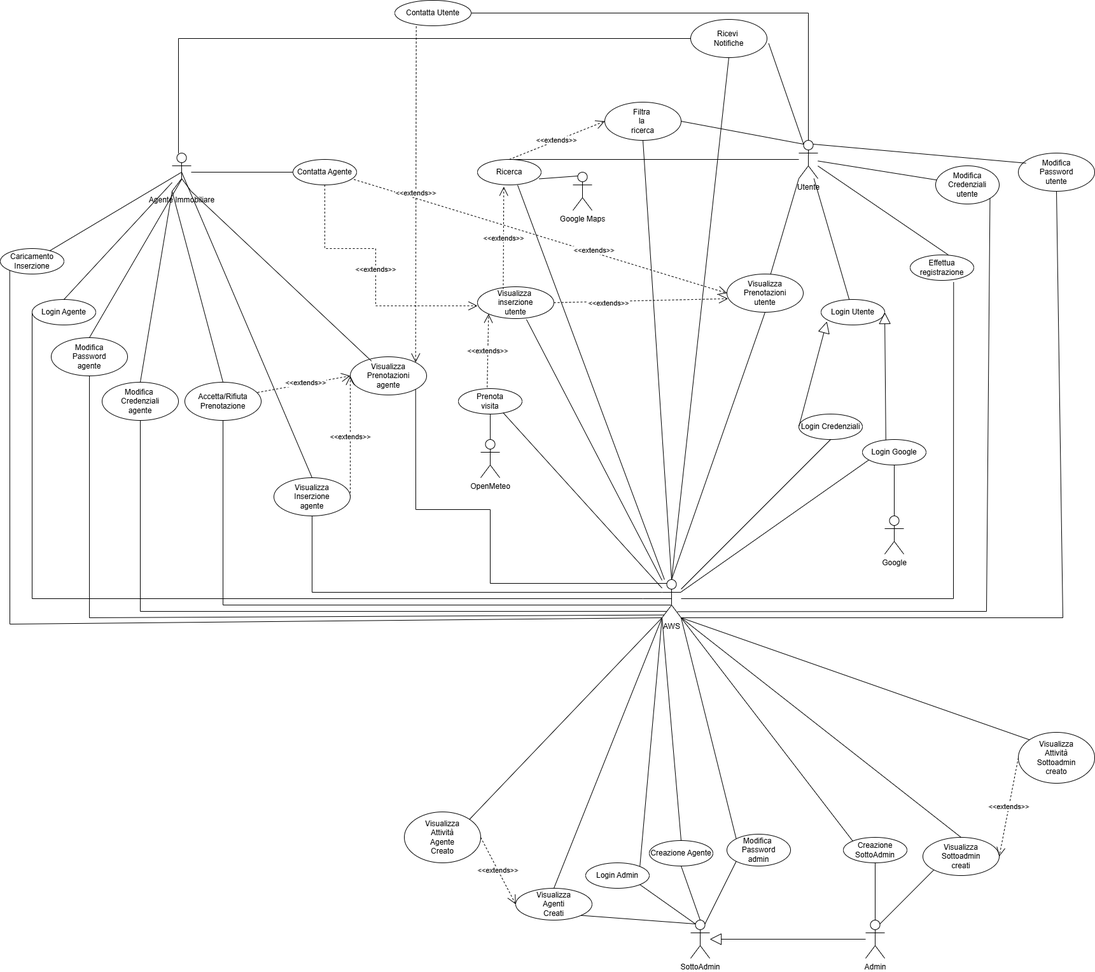
Earlier version of the draw.io export template use case.drawio.png (gian-o-land/Lavoro-progetto-Ingsw). Source tidied: cells renumbered, new cells last; positions are measured from the earlier drawing's top-left corner, leaving out a move shared by most shapes.
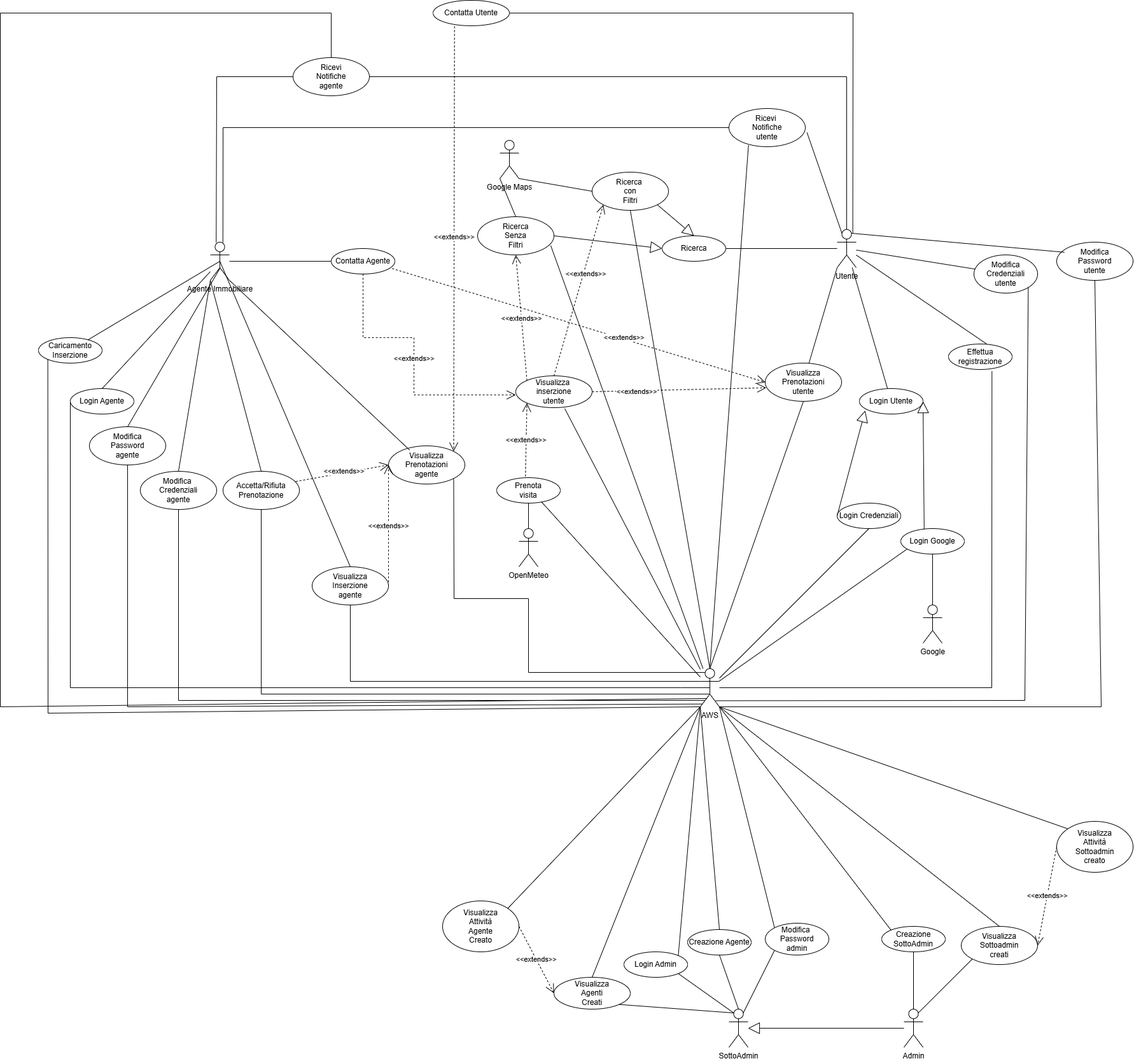
After the change.

Change to the diagram source:
```diff
@@ -45,7 +45,7 @@
       <mxGeometry x="1430" y="400" width="100" height="40" as="geometry" />
     </mxCell>
     <mxCell id="16" value="Ricerca" style="ellipse;whiteSpace=wrap;html=1;align=center;" parent="1" vertex="1">
-      <mxGeometry x="750" y="250" width="100" height="40" as="geometry" />
+      <mxGeometry x="980" y="230" width="100" height="40" as="geometry" />
     </mxCell>
     <mxCell id="17" value="Prenota&lt;div&gt;visita&lt;/div&gt;" style="ellipse;whiteSpace=wrap;html=1;align=center;" parent="1" vertex="1">
       <mxGeometry x="720" y="610" width="100" height="40" as="geometry" />
@@ -86,7 +86,7 @@
     <mxCell id="29" style="endArrow=none;html=1;rounded=0;exitX=0.5;exitY=1;exitDx=0;exitDy=0;" parent="1" edge="1" source="23" target="26">
       <mxGeometry relative="1" as="geometry" />
     </mxCell>
-    <mxCell id="30" style="endArrow=none;html=1;rounded=0;entryX=0.5;entryY=0;entryDx=0;entryDy=0;" parent="1" edge="1" source="3" target="16">
+    <mxCell id="30" style="endArrow=none;html=1;rounded=0;entryX=1;entryY=0.5;entryDx=0;entryDy=0;" parent="1" edge="1" source="3" target="16">
       <mxGeometry relative="1" as="geometry" />
     </mxCell>
     <mxCell id="31" value="Modifica Credenziali&lt;div&gt;utente&lt;/div&gt;" style="ellipse;whiteSpace=wrap;html=1;align=center;" parent="1" vertex="1">
@@ -123,15 +123,12 @@
       <mxGeometry relative="1" as="geometry" />
     </mxCell>
     <mxCell id="42" value="Google Maps" style="shape=umlActor;verticalLabelPosition=bottom;verticalAlign=top;html=1;outlineConnect=0;" parent="1" vertex="1">
-      <mxGeometry x="900" y="270" width="30" height="60" as="geometry" />
+      <mxGeometry x="725" y="80" width="30" height="60" as="geometry" />
     </mxCell>
-    <mxCell id="43" style="endArrow=none;html=1;rounded=0;entryX=0.25;entryY=0.1;entryDx=0;entryDy=0;entryPerimeter=0;exitX=0.968;exitY=0.762;exitDx=0;exitDy=0;exitPerimeter=0;" parent="1" edge="1" source="16" target="42">
-      <mxGeometry relative="1" as="geometry" />
-    </mxCell>
     <mxCell id="44" value="Visualizza&amp;nbsp;&lt;div&gt;inserzione&lt;/div&gt;&lt;div&gt;utente&lt;/div&gt;" style="ellipse;whiteSpace=wrap;html=1;" parent="1" vertex="1">
       <mxGeometry x="750" y="450" width="120" height="50" as="geometry" />
     </mxCell>
-    <mxCell id="45" value="&amp;lt;&amp;lt;extends&amp;gt;&amp;gt;" style="endArrow=open;endSize=12;dashed=1;html=1;rounded=0;exitX=0.337;exitY=0.071;exitDx=0;exitDy=0;exitPerimeter=0;entryX=0.413;entryY=1.071;entryDx=0;entryDy=0;entryPerimeter=0;" parent="1" edge="1" source="44" target="16">
+    <mxCell id="45" value="&amp;lt;&amp;lt;extends&amp;gt;&amp;gt;" style="endArrow=open;endSize=12;dashed=1;html=1;rounded=0;exitX=0;exitY=0;exitDx=0;exitDy=0;entryX=0.5;entryY=1;entryDx=0;entryDy=0;" parent="1" edge="1" source="44" target="106">
       <mxGeometry x="-0.01" relative="1" as="geometry" />
     </mxCell>
     <mxCell id="46" style="endArrow=none;html=1;rounded=0;entryX=0.704;entryY=0.951;entryDx=0;entryDy=0;entryPerimeter=0;" parent="1" edge="1" source="26" target="17">
@@ -140,7 +137,7 @@
     <mxCell id="47" style="endArrow=none;html=1;rounded=0;entryX=0.641;entryY=1.027;entryDx=0;entryDy=0;entryPerimeter=0;" parent="1" edge="1" source="26" target="44">
       <mxGeometry relative="1" as="geometry" />
     </mxCell>
-    <mxCell id="48" style="endArrow=none;html=1;rounded=0;entryX=0.63;entryY=1.005;entryDx=0;entryDy=0;entryPerimeter=0;" parent="1" edge="1" source="26" target="16">
+    <mxCell id="48" style="endArrow=none;html=1;rounded=0;entryX=0.958;entryY=0.755;entryDx=0;entryDy=0;entryPerimeter=0;" parent="1" edge="1" source="26" target="106">
       <mxGeometry relative="1" as="geometry" />
     </mxCell>
     <mxCell id="49" value="&amp;lt;&amp;lt;extends&amp;gt;&amp;gt;" style="endArrow=open;endSize=12;dashed=1;html=1;rounded=0;exitX=0.5;exitY=1;exitDx=0;exitDy=0;" parent="1" edge="1" source="14">
@@ -191,24 +188,24 @@
       <mxGeometry relative="1" as="geometry" />
     </mxCell>
     <mxCell id="58" value="&amp;lt;&amp;lt;extends&amp;gt;&amp;gt;" style="endArrow=open;endSize=12;dashed=1;html=1;rounded=0;exitX=1;exitY=0.5;exitDx=0;exitDy=0;entryX=0.014;entryY=0.646;entryDx=0;entryDy=0;entryPerimeter=0;" parent="1" edge="1" source="44" target="55">
-      <mxGeometry x="-0.37" y="-3" relative="1" as="geometry" />
+      <mxGeometry x="-0.49" y="-2" relative="1" as="geometry" />
     </mxCell>
     <mxCell id="59" value="&amp;lt;&amp;lt;extends&amp;gt;&amp;gt;" style="endArrow=open;endSize=12;dashed=1;html=1;rounded=0;exitX=0.958;exitY=0.786;exitDx=0;exitDy=0;exitPerimeter=0;entryX=0;entryY=0.5;entryDx=0;entryDy=0;" parent="1" edge="1" source="14" target="55">
-      <mxGeometry x="0.28" y="3" relative="1" as="geometry" />
+      <mxGeometry x="0.24" y="2" relative="1" as="geometry" />
     </mxCell>
-    <mxCell id="60" value="Ricevi&amp;nbsp;&lt;div&gt;Notifiche&lt;/div&gt;" style="ellipse;whiteSpace=wrap;html=1;" parent="1" vertex="1">
+    <mxCell id="60" value="Ricevi&amp;nbsp;&lt;div&gt;Notifiche&lt;/div&gt;&lt;div&gt;utente&lt;/div&gt;" style="ellipse;whiteSpace=wrap;html=1;" parent="1" vertex="1">
       <mxGeometry x="1085" y="30" width="120" height="60" as="geometry" />
     </mxCell>
-    <mxCell id="61" style="endArrow=none;html=1;rounded=0;entryX=0.5;entryY=1;entryDx=0;entryDy=0;exitX=0.5;exitY=0;exitDx=0;exitDy=0;exitPerimeter=0;" parent="1" edge="1" source="26" target="60">
+    <mxCell id="61" style="endArrow=none;html=1;rounded=0;entryX=0.256;entryY=0.96;entryDx=0;entryDy=0;exitX=0.5;exitY=0;exitDx=0;exitDy=0;exitPerimeter=0;entryPerimeter=0;" parent="1" edge="1" source="26" target="60">
       <mxGeometry relative="1" as="geometry" />
     </mxCell>
     <mxCell id="62" style="endArrow=none;html=1;rounded=0;entryX=0.25;entryY=0.1;entryDx=0;entryDy=0;entryPerimeter=0;exitX=1.022;exitY=0.629;exitDx=0;exitDy=0;exitPerimeter=0;" parent="1" edge="1" source="60" target="3">
       <mxGeometry relative="1" as="geometry" />
     </mxCell>
-    <mxCell id="63" style="endArrow=none;html=1;rounded=0;exitX=0.333;exitY=0.007;exitDx=0;exitDy=0;exitPerimeter=0;entryX=0;entryY=0.5;entryDx=0;entryDy=0;" parent="1" edge="1" source="4" target="60">
+    <mxCell id="63" style="endArrow=none;html=1;rounded=0;exitX=0.659;exitY=0.014;exitDx=0;exitDy=0;exitPerimeter=0;entryX=0;entryY=0.5;entryDx=0;entryDy=0;" parent="1" edge="1" source="4" target="60">
       <mxGeometry relative="1" as="geometry">
         <Array as="points">
-          <mxPoint x="280" y="60" />
+          <mxPoint x="290" y="60" />
         </Array>
       </mxGeometry>
     </mxCell>
@@ -219,15 +216,15 @@
       <mxGeometry relative="1" as="geometry" />
     </mxCell>
     <mxCell id="66" value="Contatta Utente" style="ellipse;whiteSpace=wrap;html=1;" parent="1" vertex="1">
-      <mxGeometry x="620" width="120" height="40" as="geometry" />
+      <mxGeometry x="620" y="-140" width="120" height="40" as="geometry" />
     </mxCell>
     <mxCell id="67" value="&amp;lt;&amp;lt;extends&amp;gt;&amp;gt;" style="endArrow=open;endSize=12;dashed=1;html=1;rounded=0;exitX=0.281;exitY=1.022;exitDx=0;exitDy=0;exitPerimeter=0;entryX=1;entryY=0;entryDx=0;entryDy=0;" parent="1" edge="1" source="66" target="64">
       <mxGeometry x="-0.01" relative="1" as="geometry" />
     </mxCell>
-    <mxCell id="68" style="endArrow=none;html=1;rounded=0;entryX=0.5;entryY=0;entryDx=0;entryDy=0;entryPerimeter=0;exitX=1;exitY=0.5;exitDx=0;exitDy=0;" parent="1" edge="1" source="66" target="3">
+    <mxCell id="68" style="endArrow=none;html=1;rounded=0;entryX=0.82;entryY=0.097;entryDx=0;entryDy=0;entryPerimeter=0;exitX=1;exitY=0.5;exitDx=0;exitDy=0;" parent="1" edge="1" source="66" target="3">
       <mxGeometry relative="1" as="geometry">
         <Array as="points">
-          <mxPoint x="1270" y="20" />
+          <mxPoint x="1280" y="-120" />
         </Array>
       </mxGeometry>
     </mxCell>
@@ -361,17 +358,55 @@
     <mxCell id="101" style="endArrow=none;html=1;rounded=0;exitX=1;exitY=0;exitDx=0;exitDy=0;entryX=0;entryY=1;entryDx=0;entryDy=0;entryPerimeter=0;" parent="1" edge="1" source="92" target="26">
       <mxGeometry relative="1" as="geometry" />
     </mxCell>
-    <mxCell id="102" value="Filtra&amp;nbsp;&lt;div&gt;la&amp;nbsp;&lt;/div&gt;&lt;div&gt;ricerca&lt;/div&gt;" style="ellipse;whiteSpace=wrap;html=1;" parent="1" vertex="1">
-      <mxGeometry x="950" y="160" width="120" height="60" as="geometry" />
+    <mxCell id="102" value="Ricerca&amp;nbsp;&lt;div&gt;con&lt;/div&gt;&lt;div&gt;Filtri&lt;/div&gt;" style="ellipse;whiteSpace=wrap;html=1;" parent="1" vertex="1">
+      <mxGeometry x="870" y="130" width="120" height="60" as="geometry" />
     </mxCell>
+    <mxCell id="106" value="Ricerca&lt;div&gt;Senza&lt;/div&gt;&lt;div&gt;Filtri&lt;/div&gt;" style="ellipse;whiteSpace=wrap;html=1;" parent="1" vertex="1">
+      <mxGeometry x="690" y="200" width="120" height="60" as="geometry" />
+    </mxCell>
+    <mxCell id="107" style="endArrow=block;endSize=16;endFill=0;html=1;rounded=0;exitX=1;exitY=0.5;exitDx=0;exitDy=0;entryX=0;entryY=0.5;entryDx=0;entryDy=0;" parent="1" edge="1" source="106" target="16">
+      <mxGeometry relative="1" as="geometry" />
+    </mxCell>
+    <mxCell id="108" style="endArrow=block;endSize=16;endFill=0;html=1;rounded=0;exitX=1;exitY=1;exitDx=0;exitDy=0;entryX=0.5;entryY=0;entryDx=0;entryDy=0;fontStyle=1;" parent="1" edge="1" source="102" target="16">
+      <mxGeometry relative="1" as="geometry" />
+    </mxCell>
+    <mxCell id="109" style="endArrow=none;html=1;rounded=0;exitX=0.5;exitY=0;exitDx=0;exitDy=0;entryX=0;entryY=1;entryDx=0;entryDy=0;entryPerimeter=0;" parent="1" edge="1" source="106" target="42">
+      <mxGeometry relative="1" as="geometry" />
+    </mxCell>
+    <mxCell id="110" style="endArrow=none;html=1;rounded=0;exitX=1;exitY=1;exitDx=0;exitDy=0;exitPerimeter=0;entryX=0;entryY=0.5;entryDx=0;entryDy=0;" parent="1" edge="1" source="42" target="102">
+      <mxGeometry relative="1" as="geometry" />
+    </mxCell>
-    <mxCell id="103" value="&amp;lt;&amp;lt;extends&amp;gt;&amp;gt;" style="endArrow=open;endSize=12;dashed=1;html=1;rounded=0;exitX=0.5;exitY=0;exitDx=0;exitDy=0;entryX=0;entryY=0.5;entryDx=0;entryDy=0;" parent="1" edge="1" source="16" target="102">
-      <mxGeometry x="-0.01" relative="1" as="geometry" />
+    <mxCell id="103" value="&amp;lt;&amp;lt;extends&amp;gt;&amp;gt;" style="endArrow=open;endSize=12;dashed=1;html=1;rounded=0;exitX=0.5;exitY=0;exitDx=0;exitDy=0;entryX=0;entryY=1;entryDx=0;entryDy=0;" parent="1" edge="1" source="44" target="102">
+      <mxGeometry x="0.2" y="-4" relative="1" as="geometry" />
     </mxCell>
-    <mxCell id="104" style="endArrow=none;html=1;rounded=0;entryX=0.25;entryY=0.1;entryDx=0;entryDy=0;entryPerimeter=0;exitX=1;exitY=0.5;exitDx=0;exitDy=0;" parent="1" edge="1" source="102" target="3">
-      <mxGeometry relative="1" as="geometry" />
-    </mxCell>
     <mxCell id="105" style="endArrow=none;html=1;rounded=0;entryX=0.5;entryY=1;entryDx=0;entryDy=0;exitX=0.5;exitY=0;exitDx=0;exitDy=0;exitPerimeter=0;" parent="1" edge="1" source="26" target="102">
       <mxGeometry relative="1" as="geometry" />
     </mxCell>
+    <mxCell id="111" value="Ricevi&lt;div&gt;Notifiche&lt;/div&gt;&lt;div&gt;agente&lt;/div&gt;" style="ellipse;whiteSpace=wrap;html=1;" parent="1" vertex="1">
+      <mxGeometry x="400" y="-50" width="120" height="60" as="geometry" />
+    </mxCell>
+    <mxCell id="112" style="endArrow=none;html=1;rounded=0;entryX=0;entryY=0.5;entryDx=0;entryDy=0;exitX=0.308;exitY=0.009;exitDx=0;exitDy=0;exitPerimeter=0;" parent="1" edge="1" source="4" target="111">
+      <mxGeometry relative="1" as="geometry">
+        <Array as="points">
+          <mxPoint x="280" y="-20" />
+        </Array>
+      </mxGeometry>
+    </mxCell>
+    <mxCell id="113" style="endArrow=none;html=1;rounded=0;exitX=1;exitY=0.5;exitDx=0;exitDy=0;entryX=0.5;entryY=0;entryDx=0;entryDy=0;entryPerimeter=0;" parent="1" edge="1" source="111" target="3">
+      <mxGeometry relative="1" as="geometry">
+        <Array as="points">
+          <mxPoint x="1270" y="-20" />
+        </Array>
+      </mxGeometry>
+    </mxCell>
+    <mxCell id="114" style="endArrow=none;html=1;rounded=0;entryX=0.5;entryY=0;entryDx=0;entryDy=0;exitX=0.351;exitY=0.782;exitDx=0;exitDy=0;exitPerimeter=0;" parent="1" edge="1" source="26" target="111">
+      <mxGeometry relative="1" as="geometry">
+        <Array as="points">
+          <mxPoint x="-60" y="970" />
+          <mxPoint x="-60" y="-120" />
+          <mxPoint x="460" y="-120" />
+        </Array>
+      </mxGeometry>
+    </mxCell>
   </root>
 </mxGraphModel>
```
